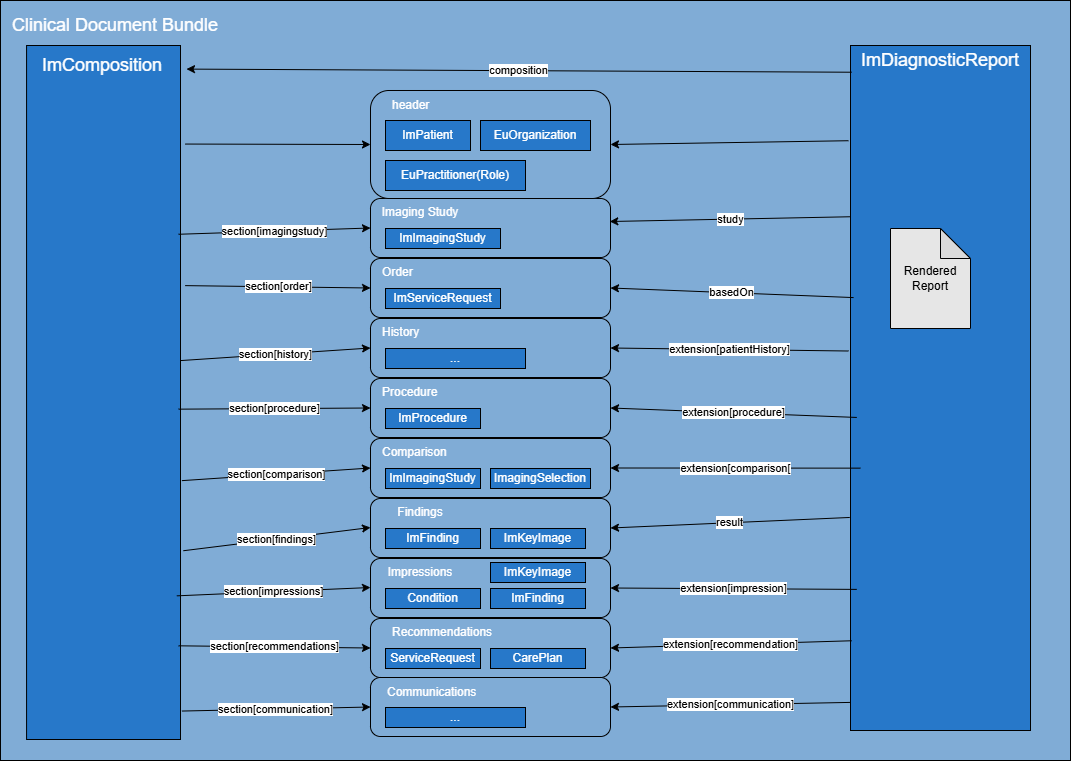
hl7-eu/imaging keeps this draw.io diagram as igs/imaging-r6/input/images/imaging-report-overview.drawio.png. Above is the earlier version. Source tidied: cells renumbered, new cells last; positions are measured from the earlier drawing's top-left corner, leaving out a move shared by most shapes.
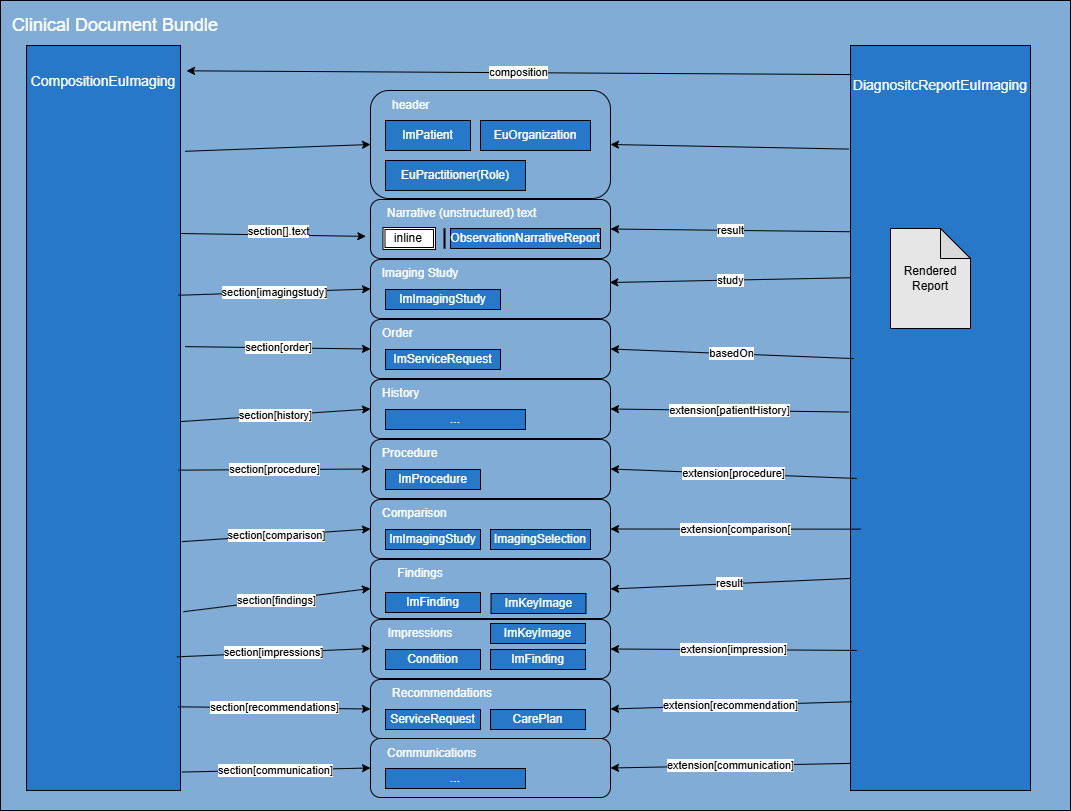
Above is the later version.

The edit, as a diff of the source:
```diff
@@ -5,3 +5,3 @@
     <mxCell id="2" style="rounded=0;whiteSpace=wrap;html=1;align=left;fillColor=#80ACD6;" parent="1" vertex="1">
-      <mxGeometry width="1070" height="760" as="geometry" />
+      <mxGeometry y="-61" width="1070" height="810" as="geometry" />
     </mxCell>
@@ -11,12 +11,12 @@
     <mxCell id="4" value="&lt;p&gt;&lt;br&gt;&lt;/p&gt;" style="whiteSpace=wrap;html=1;fillColor=#2778C9;strokeColor=#000000;" parent="1" vertex="1">
-      <mxGeometry x="850" y="45" width="180" height="685" as="geometry" />
+      <mxGeometry x="850" y="-16" width="180" height="745" as="geometry" />
     </mxCell>
     <mxCell id="5" value="Rendered&lt;div&gt;Report&lt;/div&gt;" style="shape=note;whiteSpace=wrap;html=1;backgroundOutline=1;darkOpacity=0.05;fillColor=#E6E6E6;" parent="1" vertex="1">
-      <mxGeometry x="890" y="228" width="80" height="100" as="geometry" />
+      <mxGeometry x="890" y="167" width="80" height="100" as="geometry" />
     </mxCell>
     <mxCell id="6" value="&lt;font style=&quot;font-size: 18px;&quot; color=&quot;#ffffff&quot;&gt;Clinical Document Bundle&lt;/font&gt;" style="text;html=1;align=center;verticalAlign=middle;whiteSpace=wrap;rounded=0;" parent="1" vertex="1">
-      <mxGeometry y="10" width="230" height="30" as="geometry" />
+      <mxGeometry y="-51" width="230" height="30" as="geometry" />
     </mxCell>
-    <mxCell id="7" value="&lt;font style=&quot;font-size: 18px;&quot; color=&quot;#ffffff&quot;&gt;ImDiagnosticReport&lt;/font&gt;" style="text;html=1;align=center;verticalAlign=middle;whiteSpace=wrap;rounded=0;" parent="1" vertex="1">
-      <mxGeometry x="880" y="45" width="120" height="30" as="geometry" />
+    <mxCell id="7" value="&lt;font style=&quot;font-size: 14px;&quot; color=&quot;#ffffff&quot;&gt;DiagnositcReportEuImaging&lt;/font&gt;" style="text;html=1;align=center;verticalAlign=middle;whiteSpace=wrap;rounded=0;" parent="1" vertex="1">
+      <mxGeometry x="880" y="9" width="120" height="30" as="geometry" />
     </mxCell>
@@ -71,3 +71,3 @@
     <mxCell id="24" value="&lt;p&gt;&lt;font color=&quot;#ffffff&quot;&gt;ImFinding&lt;/font&gt;&lt;/p&gt;" style="whiteSpace=wrap;html=1;fillColor=#2778C9;strokeColor=#000000;" parent="1" vertex="1">
-      <mxGeometry x="385" y="528" width="95" height="20" as="geometry" />
+      <mxGeometry x="385" y="531" width="95" height="20" as="geometry" />
     </mxCell>
@@ -100,37 +100,60 @@
     </mxCell>
-    <mxCell id="34" value="&lt;p&gt;&lt;font color=&quot;#ffffff&quot;&gt;ImKeyImage&lt;/font&gt;&lt;/p&gt;" style="whiteSpace=wrap;html=1;fillColor=#2778C9;strokeColor=#000000;" parent="1" vertex="1">
-      <mxGeometry x="490" y="528" width="95" height="20" as="geometry" />
-    </mxCell>
     <mxCell id="35" style="group;" parent="1" vertex="1">
-      <mxGeometry x="20" y="45" width="170" height="694" as="geometry" />
+      <mxGeometry x="20" y="-16" width="170" height="745" as="geometry" />
     </mxCell>
     <mxCell id="36" value="&lt;p&gt;&lt;br&gt;&lt;/p&gt;" style="whiteSpace=wrap;html=1;fillColor=#2778C9;strokeColor=#000000;" parent="35" vertex="1">
-      <mxGeometry x="6.1" width="153.9" height="694" as="geometry" />
+      <mxGeometry x="6.1" width="153.9" height="745" as="geometry" />
     </mxCell>
-    <mxCell id="37" value="&lt;font style=&quot;font-size: 18px;&quot; color=&quot;#ffffff&quot;&gt;ImComposition&lt;/font&gt;" style="text;html=1;align=center;verticalAlign=middle;whiteSpace=wrap;rounded=0;" parent="35" vertex="1">
-      <mxGeometry width="163.9" height="40" as="geometry" />
+    <mxCell id="37" value="&lt;font style=&quot;font-size: 14px;&quot; color=&quot;#ffffff&quot;&gt;CompositionEuImaging&lt;/font&gt;" style="text;html=1;align=center;verticalAlign=middle;whiteSpace=wrap;rounded=0;" parent="35" vertex="1">
+      <mxGeometry x="1.1" y="15" width="163.9" height="42.9" as="geometry" />
     </mxCell>
+    <mxCell id="69" value="&lt;span style=&quot;font-family: monospace; font-size: 0px; text-align: start; background-color: rgb(251, 251, 251);&quot;&gt;%3CmxGraphModel%3E%3Croot%3E%3CmxCell%20id%3D%220%22%2F%3E%3CmxCell%20id%3D%221%22%20parent%3D%220%22%2F%3E%3CmxCell%20id%3D%222%22%20value%3D%22section%5Border%5D%22%20style%3D%22edgeStyle%3Dnone%3Bhtml%3D1%3BentryX%3D0%3BentryY%3D0.5%3BentryDx%3D0%3BentryDy%3D0%3BexitX%3D1.03%3BexitY%3D0.346%3BexitDx%3D0%3BexitDy%3D0%3BexitPerimeter%3D0%3B%22%20edge%3D%221%22%20parent%3D%221%22%3E%3CmxGeometry%20relative%3D%221%22%20as%3D%22geometry%22%3E%3CmxPoint%20x%3D%22194.61789999999996%22%20y%3D%22356.124%22%20as%3D%22sourcePoint%22%2F%3E%3CmxPoint%20x%3D%22380%22%20y%3D%22359%22%20as%3D%22targetPoint%22%2F%3E%3C%2FmxGeometry%3E%3C%2FmxCell%3E%3C%2Froot%3E%3C%2FmxGraphModel%3E&lt;/span&gt;&lt;span style=&quot;font-family: monospace; font-size: 0px; text-align: start; background-color: rgb(251, 251, 251);&quot;&gt;%3CmxGraphModel%3E%3Croot%3E%3CmxCell%20id%3D%220%22%2F%3E%3CmxCell%20id%3D%221%22%20parent%3D%220%22%2F%3E%3CmxCell%20id%3D%222%22%20value%3D%22section%5Border%5D%22%20style%3D%22edgeStyle%3Dnone%3Bhtml%3D1%3BentryX%3D0%3BentryY%3D0.5%3BentryDx%3D0%3BentryDy%3D0%3BexitX%3D1.03%3BexitY%3D0.346%3BexitDx%3D0%3BexitDy%3D0%3BexitPerimeter%3D0%3B%22%20edge%3D%221%22%20parent%3D%221%22%3E%3CmxGeometry%20relative%3D%221%22%20as%3D%22geometry%22%3E%3CmxPoint%20x%3D%22194.61789999999996%22%20y%3D%22356.124%22%20as%3D%22sourcePoint%22%2F%3E%3CmxPoint%20x%3D%22380%22%20y%3D%22359%22%20as%3D%22targetPoint%22%2F%3E%3C%2FmxGeometry%3E%3C%2FmxCell%3E%3C%2Froot%3E%3C%2FmxGraphModel%3Esect&lt;/span&gt;" style="edgeStyle=none;html=1;entryX=0;entryY=0.5;entryDx=0;entryDy=0;exitX=1.03;exitY=0.346;exitDx=0;exitDy=0;exitPerimeter=0;" parent="35" edge="1">
+      <mxGeometry relative="1" as="geometry">
+        <mxPoint x="160" y="188" as="sourcePoint" />
+        <mxPoint x="345.4" y="190.9" as="targetPoint" />
+      </mxGeometry>
+    </mxCell>
+    <mxCell id="70" value="section[].text" style="edgeLabel;html=1;align=center;verticalAlign=middle;" parent="69" vertex="1">
+      <mxGeometry x="0.05" y="4" relative="1" as="geometry" />
+    </mxCell>
-    <mxCell id="38" value="section[order]" style="edgeStyle=none;html=1;entryX=0;entryY=0.5;entryDx=0;entryDy=0;exitX=1.03;exitY=0.346;exitDx=0;exitDy=0;exitPerimeter=0;" parent="1" edge="1" source="36" target="10">
-      <mxGeometry relative="1" as="geometry" />
+    <mxCell id="38" value="section[order]" style="edgeStyle=none;html=1;entryX=0;entryY=0.5;entryDx=0;entryDy=0;exitX=1.03;exitY=0.346;exitDx=0;exitDy=0;exitPerimeter=0;" parent="1" edge="1" target="10">
+      <mxGeometry relative="1" as="geometry">
+        <mxPoint x="184.6" y="285.1" as="sourcePoint" />
+      </mxGeometry>
     </mxCell>
-    <mxCell id="39" value="section[history]" style="endArrow=classic;html=1;entryX=0;entryY=0.5;entryDx=0;entryDy=0;exitX=1;exitY=0.454;exitDx=0;exitDy=0;exitPerimeter=0;" parent="1" edge="1" source="36" target="13">
-      <mxGeometry relative="1" as="geometry" />
+    <mxCell id="39" value="section[history]" style="endArrow=classic;html=1;entryX=0;entryY=0.5;entryDx=0;entryDy=0;exitX=1;exitY=0.454;exitDx=0;exitDy=0;exitPerimeter=0;" parent="1" edge="1" target="13">
+      <mxGeometry relative="1" as="geometry">
+        <mxPoint x="180" y="360.1" as="sourcePoint" />
+      </mxGeometry>
     </mxCell>
-    <mxCell id="40" value="section[procedure]" style="endArrow=classic;html=1;entryX=0;entryY=0.5;entryDx=0;entryDy=0;exitX=0.987;exitY=0.524;exitDx=0;exitDy=0;exitPerimeter=0;" parent="1" edge="1" source="36" target="16">
-      <mxGeometry relative="1" as="geometry" />
+    <mxCell id="40" value="section[procedure]" style="endArrow=classic;html=1;entryX=0;entryY=0.5;entryDx=0;entryDy=0;exitX=0.987;exitY=0.524;exitDx=0;exitDy=0;exitPerimeter=0;" parent="1" edge="1" target="16">
+      <mxGeometry relative="1" as="geometry">
+        <mxPoint x="178" y="408.7" as="sourcePoint" />
+      </mxGeometry>
     </mxCell>
-    <mxCell id="41" value="section[comparison]" style="endArrow=classic;html=1;entryX=0;entryY=0.5;entryDx=0;entryDy=0;exitX=1.009;exitY=0.627;exitDx=0;exitDy=0;exitPerimeter=0;" parent="1" edge="1" source="36" target="19">
-      <mxGeometry relative="1" as="geometry" />
+    <mxCell id="41" value="section[comparison]" style="endArrow=classic;html=1;entryX=0;entryY=0.5;entryDx=0;entryDy=0;exitX=1.009;exitY=0.627;exitDx=0;exitDy=0;exitPerimeter=0;" parent="1" edge="1" target="19">
+      <mxGeometry relative="1" as="geometry">
+        <mxPoint x="181.4" y="480.1" as="sourcePoint" />
+      </mxGeometry>
     </mxCell>
-    <mxCell id="42" value="section[findings]" style="endArrow=classic;html=1;entryX=0;entryY=1;entryDx=0;entryDy=0;exitX=1.019;exitY=0.728;exitDx=0;exitDy=0;exitPerimeter=0;" parent="1" edge="1" source="36" target="25">
-      <mxGeometry relative="1" as="geometry" />
+    <mxCell id="42" value="section[findings]" style="endArrow=classic;html=1;entryX=0;entryY=1;entryDx=0;entryDy=0;exitX=1.019;exitY=0.728;exitDx=0;exitDy=0;exitPerimeter=0;" parent="1" edge="1" target="25">
+      <mxGeometry relative="1" as="geometry">
+        <mxPoint x="182.9" y="550.2" as="sourcePoint" />
+      </mxGeometry>
     </mxCell>
-    <mxCell id="43" value="section[impressions]" style="endArrow=classic;html=1;entryX=0;entryY=1;entryDx=0;entryDy=0;exitX=0.976;exitY=0.793;exitDx=0;exitDy=0;exitPerimeter=0;" parent="1" edge="1" source="36" target="28">
-      <mxGeometry relative="1" as="geometry" />
+    <mxCell id="43" value="section[impressions]" style="endArrow=classic;html=1;entryX=0;entryY=1;entryDx=0;entryDy=0;exitX=0.976;exitY=0.793;exitDx=0;exitDy=0;exitPerimeter=0;" parent="1" edge="1" target="28">
+      <mxGeometry relative="1" as="geometry">
+        <mxPoint x="176.3" y="595.3" as="sourcePoint" />
+      </mxGeometry>
     </mxCell>
-    <mxCell id="44" value="section[recommendations]" style="endArrow=classic;html=1;entryX=0;entryY=0.5;entryDx=0;entryDy=0;exitX=0.987;exitY=0.865;exitDx=0;exitDy=0;exitPerimeter=0;" parent="1" edge="1" source="36" target="30">
-      <mxGeometry relative="1" as="geometry" />
+    <mxCell id="44" value="section[recommendations]" style="endArrow=classic;html=1;entryX=0;entryY=0.5;entryDx=0;entryDy=0;exitX=0.987;exitY=0.865;exitDx=0;exitDy=0;exitPerimeter=0;" parent="1" edge="1" target="30">
+      <mxGeometry relative="1" as="geometry">
+        <mxPoint x="178" y="645.3" as="sourcePoint" />
+      </mxGeometry>
     </mxCell>
-    <mxCell id="45" style="endArrow=classic;html=1;entryX=0;entryY=0.5;entryDx=0;entryDy=0;exitX=0.987;exitY=0.272;exitDx=0;exitDy=0;exitPerimeter=0;" parent="1" edge="1" source="36" target="3">
-      <mxGeometry relative="1" as="geometry" />
+    <mxCell id="45" style="endArrow=classic;html=1;entryX=0;entryY=0.5;entryDx=0;entryDy=0;exitX=0.987;exitY=0.272;exitDx=0;exitDy=0;exitPerimeter=0;" parent="1" edge="1">
+      <mxGeometry relative="1" as="geometry">
+        <mxPoint x="178" y="233.8" as="sourcePoint" />
+        <mxPoint x="370" y="227.5" as="targetPoint" />
+      </mxGeometry>
     </mxCell>
@@ -142,25 +165,42 @@
     </mxCell>
-    <mxCell id="48" value="study" style="endArrow=classic;html=1;entryX=0.997;entryY=0.39;entryDx=0;entryDy=0;entryPerimeter=0;exitX=0;exitY=0.25;exitDx=0;exitDy=0;" parent="1" edge="1" source="4" target="3">
-      <mxGeometry relative="1" as="geometry" />
+    <mxCell id="48" value="study" style="endArrow=classic;html=1;entryX=0.997;entryY=0.39;entryDx=0;entryDy=0;entryPerimeter=0;exitX=0;exitY=0.25;exitDx=0;exitDy=0;" parent="1" edge="1">
+      <mxGeometry relative="1" as="geometry">
+        <mxPoint x="850" y="216.3" as="sourcePoint" />
+        <mxPoint x="609.3" y="221" as="targetPoint" />
+      </mxGeometry>
     </mxCell>
-    <mxCell id="49" value="basedOn" style="endArrow=classic;html=1;entryX=1;entryY=0.5;entryDx=0;entryDy=0;exitX=0.017;exitY=0.368;exitDx=0;exitDy=0;exitPerimeter=0;" parent="1" edge="1" source="4" target="10">
-      <mxGeometry relative="1" as="geometry" />
+    <mxCell id="49" value="basedOn" style="endArrow=classic;html=1;entryX=1;entryY=0.5;entryDx=0;entryDy=0;exitX=0.017;exitY=0.368;exitDx=0;exitDy=0;exitPerimeter=0;" parent="1" edge="1" target="10">
+      <mxGeometry relative="1" as="geometry">
+        <mxPoint x="853.1" y="297.1" as="sourcePoint" />
+      </mxGeometry>
     </mxCell>
-    <mxCell id="50" value="extension[patientHistory]" style="endArrow=classic;html=1;entryX=1;entryY=0.5;entryDx=0;entryDy=0;exitX=-0.011;exitY=0.446;exitDx=0;exitDy=0;exitPerimeter=0;" parent="1" edge="1" source="4" target="13">
-      <mxGeometry relative="1" as="geometry" />
+    <mxCell id="50" value="extension[patientHistory]" style="endArrow=classic;html=1;entryX=1;entryY=0.5;entryDx=0;entryDy=0;exitX=-0.011;exitY=0.446;exitDx=0;exitDy=0;exitPerimeter=0;" parent="1" edge="1" target="13">
+      <mxGeometry relative="1" as="geometry">
+        <mxPoint x="848" y="350.5" as="sourcePoint" />
+      </mxGeometry>
     </mxCell>
-    <mxCell id="51" value="extension[procedure]" style="endArrow=classic;html=1;entryX=1;entryY=0.5;entryDx=0;entryDy=0;exitX=0.035;exitY=0.543;exitDx=0;exitDy=0;exitPerimeter=0;" parent="1" edge="1" source="4" target="16">
-      <mxGeometry relative="1" as="geometry" />
+    <mxCell id="51" value="extension[procedure]" style="endArrow=classic;html=1;entryX=1;entryY=0.5;entryDx=0;entryDy=0;exitX=0.035;exitY=0.543;exitDx=0;exitDy=0;exitPerimeter=0;" parent="1" edge="1" target="16">
+      <mxGeometry relative="1" as="geometry">
+        <mxPoint x="856.3" y="417" as="sourcePoint" />
+      </mxGeometry>
     </mxCell>
-    <mxCell id="52" value="extension[comparison[" style="endArrow=classic;html=1;entryX=1;entryY=0.5;entryDx=0;entryDy=0;exitX=0.056;exitY=0.617;exitDx=0;exitDy=0;exitPerimeter=0;" parent="1" edge="1" source="4" target="19">
-      <mxGeometry relative="1" as="geometry" />
+    <mxCell id="52" value="extension[comparison[" style="endArrow=classic;html=1;entryX=1;entryY=0.5;entryDx=0;entryDy=0;exitX=0.056;exitY=0.617;exitDx=0;exitDy=0;exitPerimeter=0;" parent="1" edge="1" target="19">
+      <mxGeometry relative="1" as="geometry">
+        <mxPoint x="860.1" y="467.6" as="sourcePoint" />
+      </mxGeometry>
     </mxCell>
-    <mxCell id="53" value="result" style="endArrow=classic;html=1;entryX=1;entryY=0.5;entryDx=0;entryDy=0;exitX=-0.004;exitY=0.689;exitDx=0;exitDy=0;exitPerimeter=0;" parent="1" edge="1" source="4" target="23">
-      <mxGeometry relative="1" as="geometry" />
+    <mxCell id="53" value="result" style="endArrow=classic;html=1;entryX=1;entryY=0.5;entryDx=0;entryDy=0;exitX=-0.004;exitY=0.689;exitDx=0;exitDy=0;exitPerimeter=0;" parent="1" edge="1" target="23">
+      <mxGeometry relative="1" as="geometry">
+        <mxPoint x="849.3" y="517" as="sourcePoint" />
+      </mxGeometry>
     </mxCell>
-    <mxCell id="54" value="extension[impression]" style="endArrow=classic;html=1;entryX=1;entryY=0.5;entryDx=0;entryDy=0;exitX=0.035;exitY=0.794;exitDx=0;exitDy=0;exitPerimeter=0;" parent="1" edge="1" source="4" target="26">
-      <mxGeometry relative="1" as="geometry" />
+    <mxCell id="54" value="extension[impression]" style="endArrow=classic;html=1;entryX=1;entryY=0.5;entryDx=0;entryDy=0;exitX=0.035;exitY=0.794;exitDx=0;exitDy=0;exitPerimeter=0;" parent="1" edge="1" target="26">
+      <mxGeometry relative="1" as="geometry">
+        <mxPoint x="856.3" y="588.9" as="sourcePoint" />
+      </mxGeometry>
     </mxCell>
-    <mxCell id="55" value="extension[recommendation]" style="endArrow=classic;html=1;entryX=1;entryY=0.5;entryDx=0;entryDy=0;exitX=0.007;exitY=0.869;exitDx=0;exitDy=0;exitPerimeter=0;" parent="1" edge="1" source="4" target="30">
-      <mxGeometry relative="1" as="geometry" />
+    <mxCell id="55" value="extension[recommendation]" style="endArrow=classic;html=1;entryX=1;entryY=0.5;entryDx=0;entryDy=0;exitX=0.007;exitY=0.869;exitDx=0;exitDy=0;exitPerimeter=0;" parent="1" edge="1" target="30">
+      <mxGeometry relative="1" as="geometry">
+        <mxPoint x="851.3" y="640.3" as="sourcePoint" />
+      </mxGeometry>
     </mxCell>
@@ -172,22 +212,26 @@
     </mxCell>
-    <mxCell id="58" value="extension[communication]" style="endArrow=classic;html=1;entryX=1;entryY=0.5;entryDx=0;entryDy=0;exitX=-0.002;exitY=0.959;exitDx=0;exitDy=0;exitPerimeter=0;" parent="1" edge="1" source="4" target="56">
-      <mxGeometry relative="1" as="geometry" />
+    <mxCell id="58" value="extension[communication]" style="endArrow=classic;html=1;entryX=1;entryY=0.5;entryDx=0;entryDy=0;exitX=-0.002;exitY=0.959;exitDx=0;exitDy=0;exitPerimeter=0;" parent="1" edge="1" target="56">
+      <mxGeometry relative="1" as="geometry">
+        <mxPoint x="849.6" y="701.9" as="sourcePoint" />
+      </mxGeometry>
     </mxCell>
     <mxCell id="59" style="rounded=1;whiteSpace=wrap;html=1;arcSize=17;fillColor=#80ACD6;" parent="1" vertex="1">
-      <mxGeometry x="370" y="90" width="240" height="108" as="geometry" />
+      <mxGeometry x="370" y="29" width="240" height="108" as="geometry" />
     </mxCell>
     <mxCell id="60" value="&lt;font color=&quot;#ffffff&quot;&gt;header&lt;/font&gt;" style="text;html=1;align=left;verticalAlign=middle;whiteSpace=wrap;rounded=0;" parent="1" vertex="1">
-      <mxGeometry x="390" y="90" width="70" height="30" as="geometry" />
+      <mxGeometry x="390" y="29" width="70" height="30" as="geometry" />
     </mxCell>
     <mxCell id="61" value="&lt;p&gt;&lt;font color=&quot;#ffffff&quot;&gt;ImPatient&lt;/font&gt;&lt;/p&gt;" style="whiteSpace=wrap;html=1;fillColor=#2778C9;strokeColor=#000000;" parent="1" vertex="1">
-      <mxGeometry x="385" y="120" width="85" height="30" as="geometry" />
+      <mxGeometry x="385" y="59" width="85" height="30" as="geometry" />
     </mxCell>
     <mxCell id="62" value="&lt;p&gt;&lt;font color=&quot;#ffffff&quot;&gt;EuOrganization&lt;/font&gt;&lt;/p&gt;" style="whiteSpace=wrap;html=1;fillColor=#2778C9;strokeColor=#000000;" parent="1" vertex="1">
-      <mxGeometry x="480" y="120" width="110" height="30" as="geometry" />
+      <mxGeometry x="480" y="59" width="110" height="30" as="geometry" />
     </mxCell>
     <mxCell id="63" value="&lt;p&gt;&lt;font color=&quot;#ffffff&quot;&gt;EuPractitioner(Role)&lt;/font&gt;&lt;/p&gt;" style="whiteSpace=wrap;html=1;fillColor=#2778C9;strokeColor=#000000;" parent="1" vertex="1">
-      <mxGeometry x="385" y="160" width="140" height="30" as="geometry" />
+      <mxGeometry x="385" y="99" width="140" height="30" as="geometry" />
     </mxCell>
-    <mxCell id="64" value="section[communication]" style="endArrow=classic;html=1;entryX=0;entryY=0.5;entryDx=0;entryDy=0;exitX=1.009;exitY=0.959;exitDx=0;exitDy=0;exitPerimeter=0;" parent="1" edge="1" source="36" target="56">
-      <mxGeometry relative="1" as="geometry" />
+    <mxCell id="64" value="section[communication]" style="endArrow=classic;html=1;entryX=0;entryY=0.5;entryDx=0;entryDy=0;exitX=1.009;exitY=0.959;exitDx=0;exitDy=0;exitPerimeter=0;" parent="1" edge="1" target="56">
+      <mxGeometry relative="1" as="geometry">
+        <mxPoint x="181.4" y="710.5" as="sourcePoint" />
+      </mxGeometry>
     </mxCell>
@@ -205,2 +249,23 @@
     </mxCell>
+    <mxCell id="71" value="&lt;p&gt;&lt;font color=&quot;#ffffff&quot;&gt;ImKeyImage&lt;/font&gt;&lt;/p&gt;" style="whiteSpace=wrap;html=1;fillColor=#2778C9;strokeColor=#000000;" parent="1" vertex="1">
+      <mxGeometry x="490.5" y="532" width="95" height="20" as="geometry" />
+    </mxCell>
+    <mxCell id="72" style="rounded=1;whiteSpace=wrap;html=1;arcSize=17;fillColor=#80ACD6;" parent="1" vertex="1">
+      <mxGeometry x="370" y="138" width="240" height="59" as="geometry" />
+    </mxCell>
+    <mxCell id="73" value="&lt;font color=&quot;#ffffff&quot;&gt;Narrative (unstructured) text&lt;/font&gt;" style="text;html=1;align=left;verticalAlign=middle;whiteSpace=wrap;rounded=0;" parent="1" vertex="1">
+      <mxGeometry x="385" y="137" width="160" height="30" as="geometry" />
+    </mxCell>
+    <mxCell id="74" value="result" style="endArrow=classic;html=1;entryX=1;entryY=0.5;entryDx=0;entryDy=0;exitX=0;exitY=0.25;exitDx=0;exitDy=0;" parent="1" edge="1" source="4" target="72">
+      <mxGeometry relative="1" as="geometry" />
+    </mxCell>
+    <mxCell id="34" value="&lt;p&gt;&lt;font color=&quot;#ffffff&quot;&gt;ObservationNarrativeReport&lt;/font&gt;&lt;/p&gt;" style="whiteSpace=wrap;html=1;fillColor=#2778C9;strokeColor=#000000;" parent="1" vertex="1">
+      <mxGeometry x="450" y="167" width="150" height="20" as="geometry" />
+    </mxCell>
+    <mxCell id="75" style="line;strokeWidth=2;html=1;rotation=90;" parent="1" vertex="1">
+      <mxGeometry x="434" y="172" width="20" height="10" as="geometry" />
+    </mxCell>
+    <mxCell id="76" value="inline&amp;nbsp;" style="shape=ext;double=1;rounded=0;whiteSpace=wrap;html=1;" parent="1" vertex="1">
+      <mxGeometry x="382.5" y="166" width="52.5" height="22" as="geometry" />
+    </mxCell>
   </root>
```
